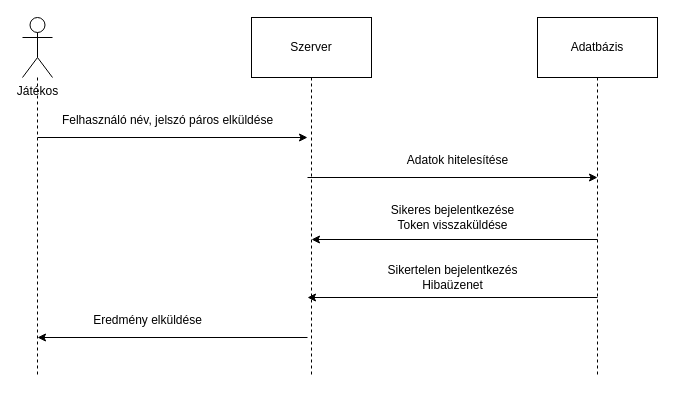
laszlosimon98/strategy-game keeps this draw.io diagram as page "Bejelentkezés" (4 of 9) of Szakdoga.drawio. Above is the earlier version. Source tidied: cells renumbered, new cells numbered last; positions are measured from the earlier drawing's top-left corner, leaving out a move shared by most shapes. Both pictures are drawn from the tidied source at 100%, with x=0, y=0 at pixel (22, 17).
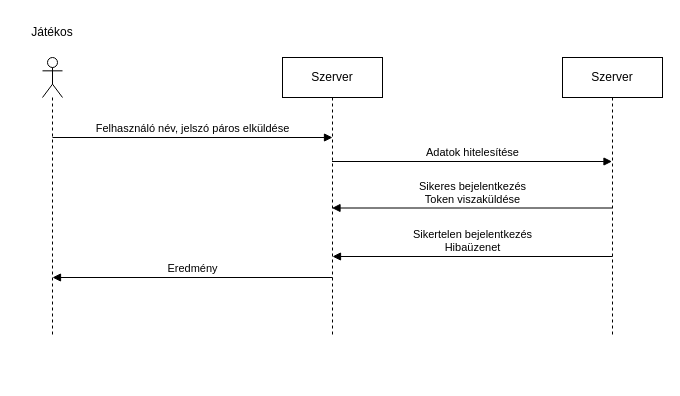
The same page after the edit.

Change to the diagram source:
```diff
@@
-    <mxCell id="2" style="edgeStyle=orthogonalEdgeStyle;rounded=0;jettySize=auto;html=1;dashed=1;endArrow=none;endFill=0;" parent="1" edge="1" source="3">
-      <mxGeometry relative="1" as="geometry">
-        <mxPoint x="289" y="360" as="targetPoint" />
-      </mxGeometry>
-    </mxCell>
-    <mxCell id="3" value="Szerver" style="rounded=0;whiteSpace=wrap;html=1;" parent="1" vertex="1">
-      <mxGeometry x="229" width="120" height="60" as="geometry" />
-    </mxCell>
-    <mxCell id="4" style="edgeStyle=orthogonalEdgeStyle;rounded=0;jettySize=auto;html=1;dashed=1;endArrow=none;endFill=0;" parent="1" edge="1" source="5">
-      <mxGeometry relative="1" as="geometry">
-        <mxPoint x="575" y="360" as="targetPoint" />
-      </mxGeometry>
-    </mxCell>
-    <mxCell id="5" value="Adatbázis" style="rounded=0;whiteSpace=wrap;html=1;" parent="1" vertex="1">
-      <mxGeometry x="515" width="120" height="60" as="geometry" />
-    </mxCell>
-    <mxCell id="6" style="edgeStyle=orthogonalEdgeStyle;rounded=0;orthogonalLoop=1;jettySize=auto;html=1;dashed=1;endArrow=none;endFill=0;" parent="1" edge="1">
-      <mxGeometry relative="1" as="geometry">
-        <mxPoint x="15" y="60" as="sourcePoint" />
-        <mxPoint x="15" y="360" as="targetPoint" />
-      </mxGeometry>
-    </mxCell>
+    <mxCell id="9" value="Felhasználó név, jelszó páros elküldése" style="html=1;verticalAlign=bottom;endArrow=block;curved=0;rounded=0;" parent="1" edge="1">
+      <mxGeometry relative="1" as="geometry">
+        <mxPoint x="30" y="120" as="sourcePoint" />
+        <mxPoint x="310" y="120" as="targetPoint" />
+      </mxGeometry>
+    </mxCell>
+    <mxCell id="11" value="Adatok hitelesítése" style="html=1;verticalAlign=bottom;endArrow=block;curved=0;rounded=0;" parent="1" edge="1">
+      <mxGeometry relative="1" as="geometry">
+        <mxPoint x="309.5" y="144" as="sourcePoint" />
+        <mxPoint x="589.5" y="144" as="targetPoint" />
+      </mxGeometry>
+    </mxCell>
+    <mxCell id="18" value="Sikeres bejelentkezés&lt;div&gt;Token viszaküldése&lt;/div&gt;" style="html=1;verticalAlign=bottom;endArrow=block;curved=0;rounded=0;" parent="1" edge="1">
+      <mxGeometry relative="1" as="geometry">
+        <mxPoint x="589.5" y="190.5" as="sourcePoint" />
+        <mxPoint x="309.5" y="190.5" as="targetPoint" />
+      </mxGeometry>
+    </mxCell>
+    <mxCell id="19" style="shape=umlLifeline;perimeter=lifelinePerimeter;whiteSpace=wrap;html=1;newEdgeStyle={&quot;curved&quot;:0,&quot;rounded&quot;:0};participant=umlActor;" parent="1" vertex="1">
+      <mxGeometry x="20" y="40" width="20" height="280" as="geometry" />
+    </mxCell>
+    <mxCell id="20" value="Szerver" style="shape=umlLifeline;perimeter=lifelinePerimeter;whiteSpace=wrap;html=1;newEdgeStyle={&quot;curved&quot;:0,&quot;rounded&quot;:0};" parent="1" vertex="1">
+      <mxGeometry x="260" y="40" width="100" height="280" as="geometry" />
+    </mxCell>
+    <mxCell id="21" value="Szerver" style="shape=umlLifeline;perimeter=lifelinePerimeter;whiteSpace=wrap;html=1;newEdgeStyle={&quot;curved&quot;:0,&quot;rounded&quot;:0};" parent="1" vertex="1">
+      <mxGeometry x="540" y="40" width="100" height="280" as="geometry" />
+    </mxCell>
+    <mxCell id="15" value="Sikertelen bejelentkezés&lt;div&gt;Hibaüzenet&lt;/div&gt;" style="html=1;verticalAlign=bottom;endArrow=block;curved=0;rounded=0;" parent="1" edge="1">
+      <mxGeometry relative="1" as="geometry">
+        <mxPoint x="590" y="239" as="sourcePoint" />
+        <mxPoint x="310" y="239" as="targetPoint" />
+      </mxGeometry>
+    </mxCell>
+    <mxCell id="22" value="Eredmény" style="html=1;verticalAlign=bottom;endArrow=block;curved=0;rounded=0;" parent="1" edge="1">
+      <mxGeometry relative="1" as="geometry">
+        <mxPoint x="310" y="260" as="sourcePoint" />
+        <mxPoint x="30" y="260" as="targetPoint" />
+      </mxGeometry>
+    </mxCell>
-    <mxCell id="7" value="Játékos" style="shape=umlActor;verticalLabelPosition=bottom;verticalAlign=top;html=1;" parent="1" vertex="1">
-      <mxGeometry width="30" height="60" as="geometry" />
+    <mxCell id="7" value="Játékos" style="text;html=1;align=center;verticalAlign=middle;whiteSpace=wrap;rounded=0;" parent="1" vertex="1">
+      <mxGeometry width="60" height="30" as="geometry" />
     </mxCell>
-    <mxCell id="8" style="endArrow=classic;html=1;rounded=0;" parent="1" edge="1">
-      <mxGeometry relative="1" as="geometry">
-        <mxPoint x="15" y="120" as="sourcePoint" />
-        <mxPoint x="285" y="120" as="targetPoint" />
-      </mxGeometry>
-    </mxCell>
-    <mxCell id="9" value="Felhasználó név, jelszó páros elküldése" style="text;html=1;align=center;verticalAlign=middle;strokeColor=none;fillColor=none;" parent="1" vertex="1">
-      <mxGeometry x="30" y="88" width="230" height="30" as="geometry" />
-    </mxCell>
-    <mxCell id="10" style="endArrow=classic;html=1;rounded=0;" parent="1" edge="1">
-      <mxGeometry relative="1" as="geometry">
-        <mxPoint x="285" y="160" as="sourcePoint" />
-        <mxPoint x="575" y="160" as="targetPoint" />
-      </mxGeometry>
-    </mxCell>
-    <mxCell id="11" value="Adatok hitelesítése" style="text;html=1;align=center;verticalAlign=middle;strokeColor=none;fillColor=none;" parent="1" vertex="1">
-      <mxGeometry x="375" y="128" width="120" height="30" as="geometry" />
-    </mxCell>
-    <mxCell id="12" style="endArrow=classic;html=1;rounded=0;" parent="1" edge="1">
-      <mxGeometry relative="1" as="geometry">
-        <mxPoint x="575" y="222" as="sourcePoint" />
-        <mxPoint x="289" y="222" as="targetPoint" />
-      </mxGeometry>
-    </mxCell>
-    <mxCell id="13" value="Sikeres bejelentkezése&lt;div&gt;Token visszaküldése&lt;/div&gt;" style="text;html=1;align=center;verticalAlign=middle;strokeColor=none;fillColor=none;" parent="1" vertex="1">
-      <mxGeometry x="355" y="180" width="150" height="40" as="geometry" />
-    </mxCell>
-    <mxCell id="14" style="endArrow=classic;html=1;rounded=0;" parent="1" edge="1">
-      <mxGeometry relative="1" as="geometry">
-        <mxPoint x="575" y="280" as="sourcePoint" />
-        <mxPoint x="285" y="280" as="targetPoint" />
-      </mxGeometry>
-    </mxCell>
-    <mxCell id="15" value="Sikertelen bejelentkezés&lt;div&gt;Hibaüzenet&lt;/div&gt;" style="text;html=1;align=center;verticalAlign=middle;strokeColor=none;fillColor=none;" parent="1" vertex="1">
-      <mxGeometry x="355" y="240" width="150" height="40" as="geometry" />
-    </mxCell>
-    <mxCell id="16" style="endArrow=classic;html=1;rounded=0;" parent="1" edge="1">
-      <mxGeometry relative="1" as="geometry">
-        <mxPoint x="285" y="320" as="sourcePoint" />
-        <mxPoint x="15" y="320" as="targetPoint" />
-      </mxGeometry>
-    </mxCell>
-    <mxCell id="17" value="Eredmény elküldése" style="text;html=1;align=center;verticalAlign=middle;strokeColor=none;fillColor=none;" parent="1" vertex="1">
-      <mxGeometry x="60" y="288" width="130" height="30" as="geometry" />
-    </mxCell>
```
